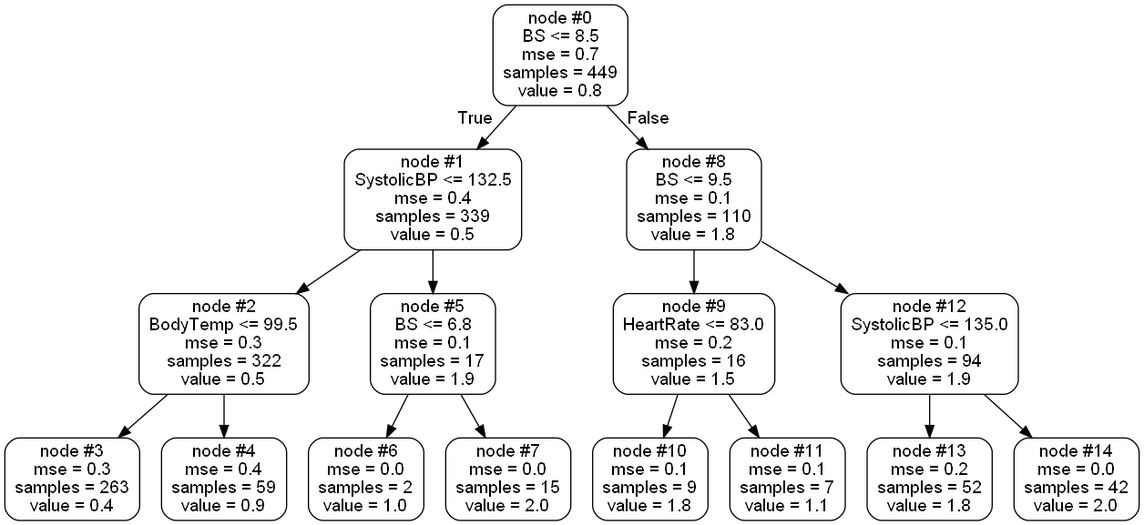
This is pictures/small_tree.png from tangjikededela/ADSTP, a Graphviz export, as it was before one commit. Its source is kept beside it as pictures/small_tree.dot.
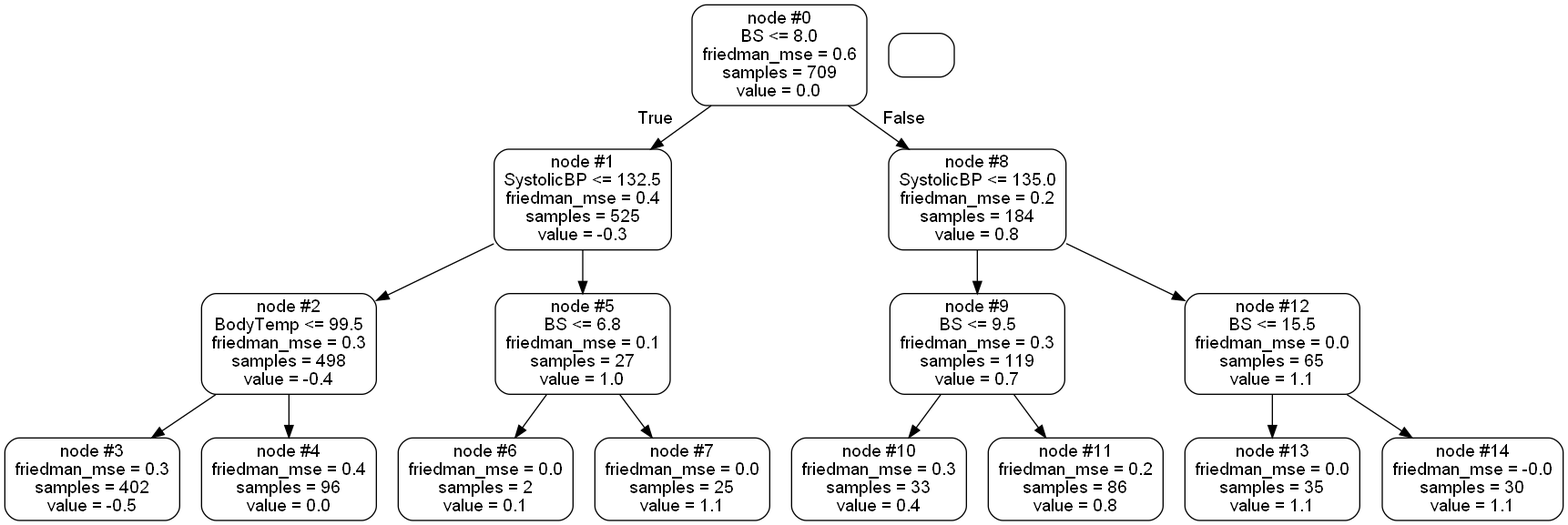
After the change.

Change to the diagram source:
```diff
@@ -1,33 +1,33 @@
 digraph Tree {
-node [shape=box, style="rounded", color="black", fontname=helvetica] ;
-edge [fontname=helvetica] ;
-0 [label="node #0\nBS <= 8.5\nmse = 0.7\nsamples = 449\nvalue = 0.8"] ;
-1 [label="node #1\nSystolicBP <= 132.5\nmse = 0.4\nsamples = 339\nvalue = 0.5"] ;
+node [shape=box, style="rounded", color="black", fontname="helvetica"] ;
+edge [fontname="helvetica"] ;
+0 [label="node #0\nBS <= 8.0\nfriedman_mse = 0.6\nsamples = 709\nvalue = 0.0"] ;
+1 [label="node #1\nSystolicBP <= 132.5\nfriedman_mse = 0.4\nsamples = 525\nvalue = -0.3"] ;
 0 -> 1 [labeldistance=2.5, labelangle=45, headlabel="True"] ;
-2 [label="node #2\nBodyTemp <= 99.5\nmse = 0.3\nsamples = 322\nvalue = 0.5"] ;
+2 [label="node #2\nBodyTemp <= 99.5\nfriedman_mse = 0.3\nsamples = 498\nvalue = -0.4"] ;
 1 -> 2 ;
-3 [label="node #3\nmse = 0.3\nsamples = 263\nvalue = 0.4"] ;
+3 [label="node #3\nfriedman_mse = 0.3\nsamples = 402\nvalue = -0.5"] ;
 2 -> 3 ;
-4 [label="node #4\nmse = 0.4\nsamples = 59\nvalue = 0.9"] ;
+4 [label="node #4\nfriedman_mse = 0.4\nsamples = 96\nvalue = 0.0"] ;
 2 -> 4 ;
-5 [label="node #5\nBS <= 6.8\nmse = 0.1\nsamples = 17\nvalue = 1.9"] ;
+5 [label="node #5\nBS <= 6.8\nfriedman_mse = 0.1\nsamples = 27\nvalue = 1.0"] ;
 1 -> 5 ;
-6 [label="node #6\nmse = 0.0\nsamples = 2\nvalue = 1.0"] ;
+6 [label="node #6\nfriedman_mse = 0.0\nsamples = 2\nvalue = 0.1"] ;
 5 -> 6 ;
-7 [label="node #7\nmse = 0.0\nsamples = 15\nvalue = 2.0"] ;
+7 [label="node #7\nfriedman_mse = 0.0\nsamples = 25\nvalue = 1.1"] ;
 5 -> 7 ;
-8 [label="node #8\nBS <= 9.5\nmse = 0.1\nsamples = 110\nvalue = 1.8"] ;
+8 [label="node #8\nSystolicBP <= 135.0\nfriedman_mse = 0.2\nsamples = 184\nvalue = 0.8"] ;
 0 -> 8 [labeldistance=2.5, labelangle=-45, headlabel="False"] ;
-9 [label="node #9\nHeartRate <= 83.0\nmse = 0.2\nsamples = 16\nvalue = 1.5"] ;
+9 [label="node #9\nBS <= 9.5\nfriedman_mse = 0.3\nsamples = 119\nvalue = 0.7"] ;
 8 -> 9 ;
-10 [label="node #10\nmse = 0.1\nsamples = 9\nvalue = 1.8"] ;
+10 [label="node #10\nfriedman_mse = 0.3\nsamples = 33\nvalue = 0.4"] ;
 9 -> 10 ;
-11 [label="node #11\nmse = 0.1\nsamples = 7\nvalue = 1.1"] ;
+11 [label="node #11\nfriedman_mse = 0.2\nsamples = 86\nvalue = 0.8"] ;
 9 -> 11 ;
-12 [label="node #12\nSystolicBP <= 135.0\nmse = 0.1\nsamples = 94\nvalue = 1.9"] ;
+12 [label="node #12\nBS <= 15.5\nfriedman_mse = 0.0\nsamples = 65\nvalue = 1.1"] ;
 8 -> 12 ;
-13 [label="node #13\nmse = 0.2\nsamples = 52\nvalue = 1.8"] ;
+13 [label="node #13\nfriedman_mse = 0.0\nsamples = 35\nvalue = 1.1"] ;
 12 -> 13 ;
-14 [label="node #14\nmse = 0.0\nsamples = 42\nvalue = 2.0"] ;
+14 [label="node #14\nfriedman_mse = -0.0\nsamples = 30\nvalue = 1.1"] ;
 12 -> 14 ;
 }
```
